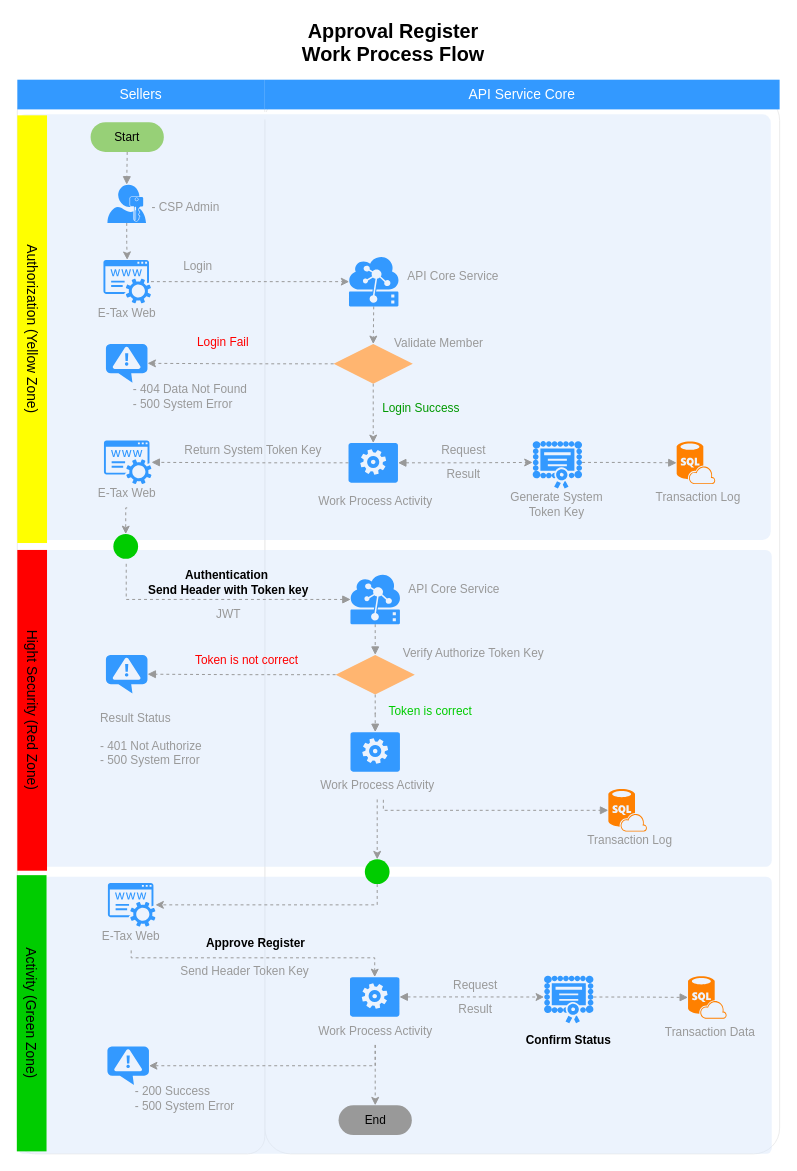
This is Approval Register.drawio from nirawat/eTax, a draw.io file, before an edit. Source tidied: cells renumbered, new cells numbered last; positions are measured from the earlier drawing's top-left corner, leaving out a move shared by most shapes. Both pictures are drawn from the tidied source at 99%, with x=0, y=0 at pixel (-182, 17).
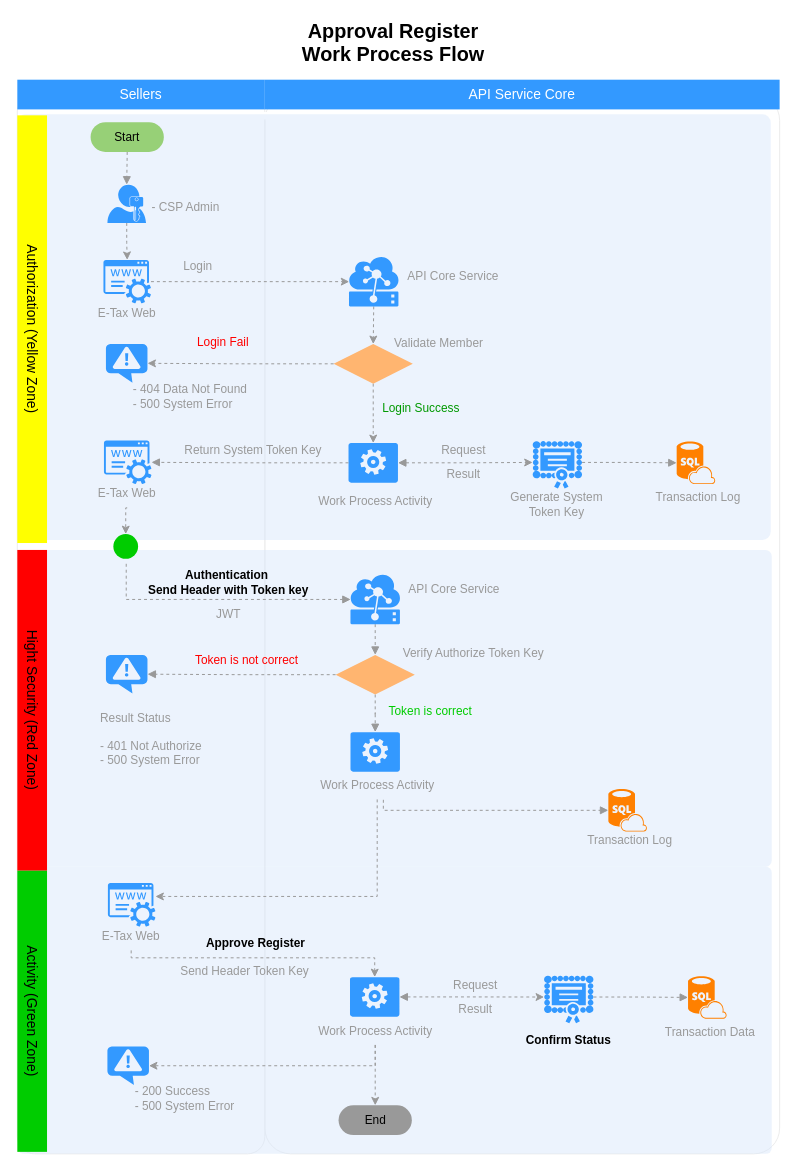
After the change.

Unchanged cells that the change refers to:
```xml
<mxCell id="53" value="Work Process Activity&lt;br&gt;" style="text;html=1;strokeColor=none;fillColor=none;align=center;verticalAlign=middle;whiteSpace=wrap;rounded=0;fontSize=12;fontColor=#999999;" parent="51" vertex="1">
  <mxGeometry y="7" width="160" height="29" as="geometry" />
</mxCell>
<mxCell id="98" style="shadow=0;dashed=0;html=1;strokeColor=none;fillColor=#3399FF;labelPosition=center;verticalLabelPosition=bottom;verticalAlign=top;outlineConnect=0;align=center;shape=mxgraph.office.services.registrar_service;" parent="97" vertex="1">
  <mxGeometry x="31.5" y="-1" width="48" height="44" as="geometry" />
</mxCell>
```

Diff of the diagram source:
```diff
@@
     <mxCell id="5" style="rounded=1;whiteSpace=wrap;html=1;strokeColor=none;strokeWidth=1;fillColor=#dae8fc;fontSize=12;align=center;arcSize=2;opacity=50;" parent="1" vertex="1">
-      <mxGeometry x="202" y="868" width="761" height="280" as="geometry" />
+      <mxGeometry x="202" y="858" width="761" height="290" as="geometry" />
     </mxCell>
@@
-    <mxCell id="59" style="edgeStyle=orthogonalEdgeStyle;rounded=0;orthogonalLoop=1;jettySize=auto;html=1;exitX=0.5;exitY=1;exitDx=0;exitDy=0;entryX=0.5;entryY=0;entryDx=0;entryDy=0;dashed=1;strokeColor=#999999;" parent="1" edge="1" source="78" target="78">
-      <mxGeometry relative="1" as="geometry" />
-    </mxCell>
@@
     <mxCell id="72" value="Activity (Green Zone)" style="whiteSpace=wrap;html=1;dashed=1;strokeColor=none;strokeWidth=2;fillColor=#00CC00;fontFamily=Helvetica;fontSize=14;fontColor=#000000;fontStyle=0;rotation=90;" parent="1" vertex="1">
-      <mxGeometry x="76" y="991" width="279" height="30" as="geometry" />
+      <mxGeometry x="74" y="989" width="284" height="30" as="geometry" />
     </mxCell>
@@
-    <mxCell id="77" style="edgeStyle=orthogonalEdgeStyle;rounded=0;jettySize=auto;html=1;exitX=0.5;exitY=1;exitDx=0;exitDy=0;fontColor=#009900;strokeColor=#999999;dashed=1;" parent="1" edge="1" source="78" target="98">
-      <mxGeometry relative="1" as="geometry" />
-    </mxCell>
-    <mxCell id="78" style="ellipse;whiteSpace=wrap;html=1;fillColor=#00CC00;fontColor=#000000;align=center;strokeColor=none;" parent="1" vertex="1">
-      <mxGeometry x="552" y="850.5" width="25" height="25" as="geometry" />
-    </mxCell>
-    <mxCell id="79" style="edgeStyle=orthogonalEdgeStyle;rounded=0;jettySize=auto;html=1;exitX=0.5;exitY=1;exitDx=0;exitDy=0;entryX=0.5;entryY=0;entryDx=0;entryDy=0;dashed=1;strokeColor=#999999;entryPerimeter=0;" parent="1" edge="1" source="53" target="78">
-      <mxGeometry relative="1" as="geometry" />
+    <mxCell id="79" style="edgeStyle=orthogonalEdgeStyle;rounded=0;jettySize=auto;html=1;exitX=0.5;exitY=1;exitDx=0;exitDy=0;dashed=1;strokeColor=#999999;" parent="1" edge="1" source="53" target="98">
+      <mxGeometry relative="1" as="geometry">
+        <Array as="points">
+          <mxPoint x="565" y="888" />
+        </Array>
+      </mxGeometry>
     </mxCell>
```
